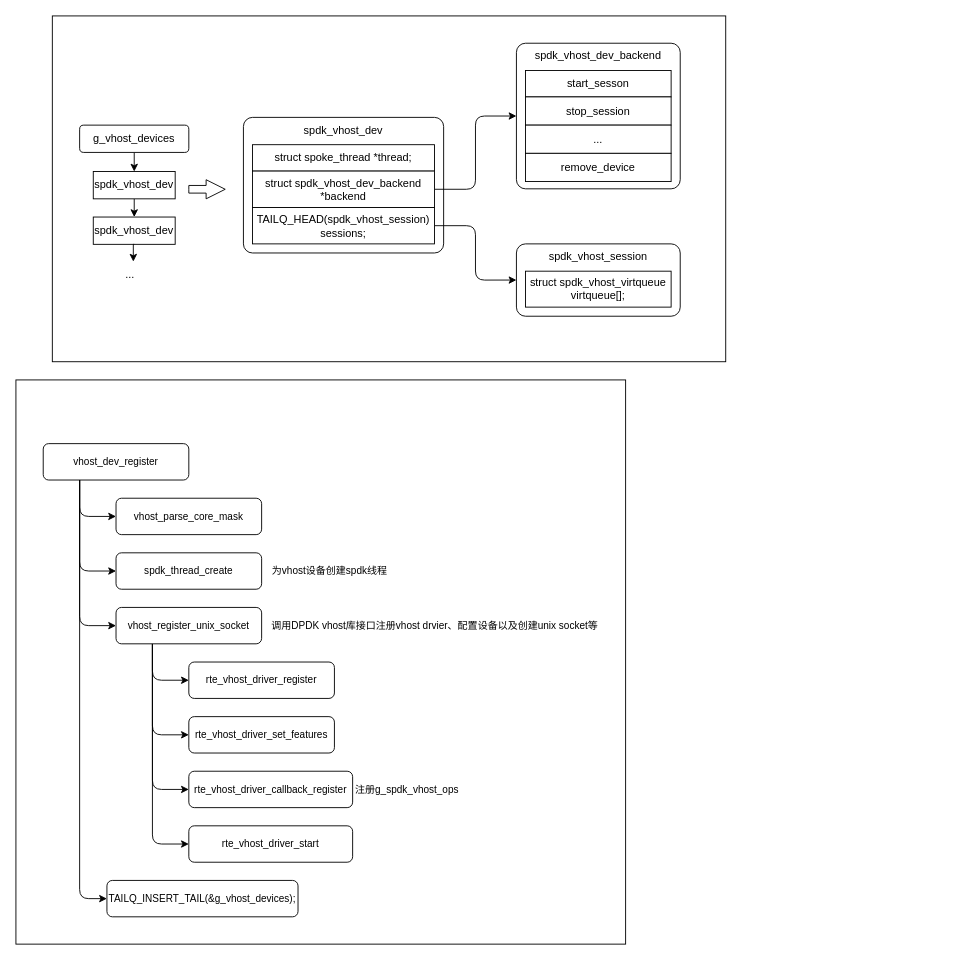
Above: page "vhost" (1 of 2) of spdk.drawio in Aspiresky/draw.io (draw.io), before the change. Source tidied: cells renumbered, new cells numbered last; positions are measured from the earlier drawing's top-left corner, leaving out a move shared by most shapes. Both pictures are drawn from the tidied source at 91%, with x=0, y=0 at pixel (15, 15).
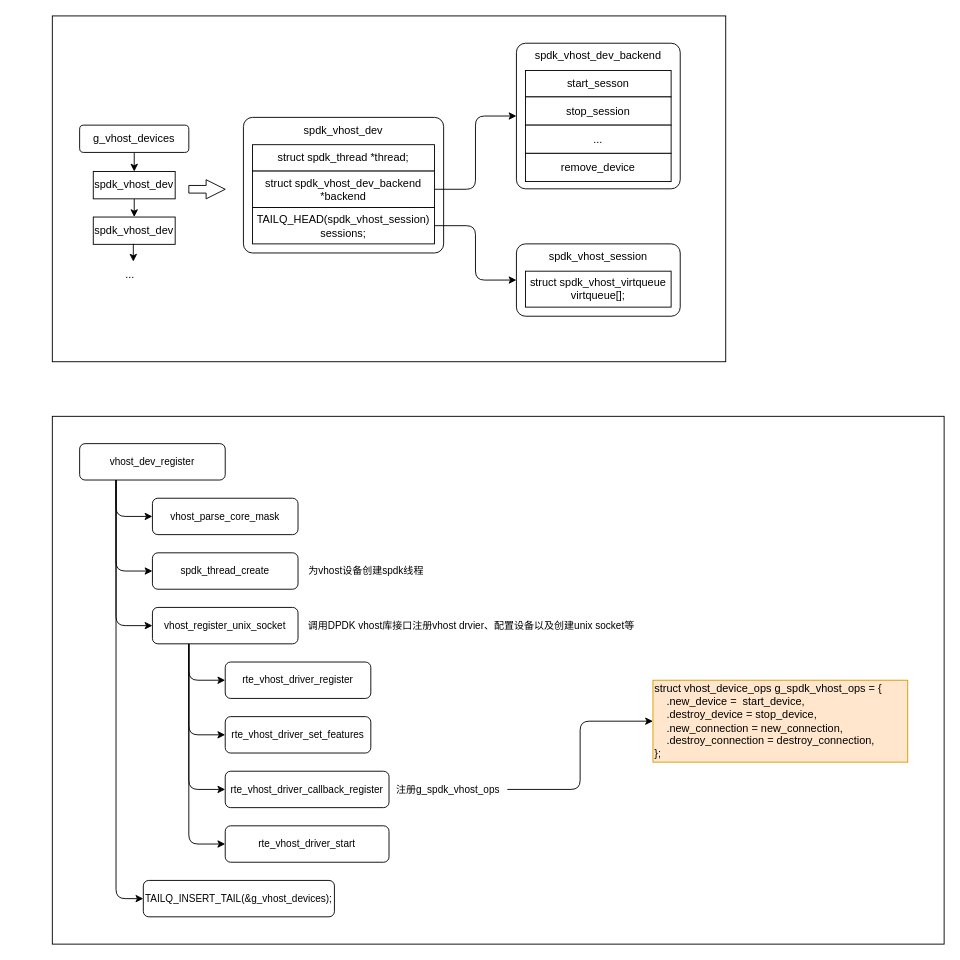
The same page after the edit.

Diff of the diagram source:
```diff
@@
-    <mxCell id="11" value="struct spoke_thread *thread;" style="rounded=0;whiteSpace=wrap;html=1;" parent="1" vertex="1">
+    <mxCell id="11" value="struct spdk_thread *thread;" style="rounded=0;whiteSpace=wrap;html=1;" parent="1" vertex="1">
       <mxGeometry x="260" y="141.5" width="200" height="29" as="geometry" />
     </mxCell>
@@
     <mxCell id="24" style="rounded=0;whiteSpace=wrap;html=1;fontFamily=Helvetica;fontSize=11;fontColor=default;labelBackgroundColor=default;" parent="1" vertex="1">
-      <mxGeometry y="400" width="670" height="620" as="geometry" />
+      <mxGeometry x="40" y="440" width="980" height="580" as="geometry" />
     </mxCell>
@@
     <mxCell id="29" value="vhost_dev_register" style="rounded=1;whiteSpace=wrap;html=1;fontFamily=Helvetica;fontSize=11;fontColor=default;labelBackgroundColor=default;" parent="1" vertex="1">
-      <mxGeometry x="30" y="470" width="160" height="40" as="geometry" />
+      <mxGeometry x="70" y="470" width="160" height="40" as="geometry" />
     </mxCell>
     <mxCell id="30" value="vhost_parse_core_mask" style="rounded=1;whiteSpace=wrap;html=1;fontFamily=Helvetica;fontSize=11;fontColor=default;labelBackgroundColor=default;" parent="1" vertex="1">
-      <mxGeometry x="110" y="530" width="160" height="40" as="geometry" />
+      <mxGeometry x="150" y="530" width="160" height="40" as="geometry" />
     </mxCell>
     <mxCell id="31" value="spdk_thread_create" style="rounded=1;whiteSpace=wrap;html=1;fontFamily=Helvetica;fontSize=11;fontColor=default;labelBackgroundColor=default;" parent="1" vertex="1">
-      <mxGeometry x="110" y="590" width="160" height="40" as="geometry" />
+      <mxGeometry x="150" y="590" width="160" height="40" as="geometry" />
     </mxCell>
     <mxCell id="32" value="为vhost设备创建spdk线程" style="text;html=1;align=center;verticalAlign=middle;whiteSpace=wrap;rounded=0;fontFamily=Helvetica;fontSize=11;fontColor=default;labelBackgroundColor=default;" parent="1" vertex="1">
-      <mxGeometry x="280" y="595" width="130" height="30" as="geometry" />
+      <mxGeometry x="320" y="595" width="130" height="30" as="geometry" />
     </mxCell>
@@
     <mxCell id="37" value="vhost_register_unix_socket" style="rounded=1;whiteSpace=wrap;html=1;fontFamily=Helvetica;fontSize=11;fontColor=default;labelBackgroundColor=default;" parent="1" vertex="1">
-      <mxGeometry x="110" y="650" width="160" height="40" as="geometry" />
+      <mxGeometry x="150" y="650" width="160" height="40" as="geometry" />
     </mxCell>
     <mxCell id="38" value="rte_vhost_driver_register" style="rounded=1;whiteSpace=wrap;html=1;fontFamily=Helvetica;fontSize=11;fontColor=default;labelBackgroundColor=default;" parent="1" vertex="1">
-      <mxGeometry x="190" y="710" width="160" height="40" as="geometry" />
+      <mxGeometry x="230" y="710" width="160" height="40" as="geometry" />
     </mxCell>
     <mxCell id="39" value="rte_vhost_driver_set_features" style="rounded=1;whiteSpace=wrap;html=1;fontFamily=Helvetica;fontSize=11;fontColor=default;labelBackgroundColor=default;" parent="1" vertex="1">
-      <mxGeometry x="190" y="770" width="160" height="40" as="geometry" />
+      <mxGeometry x="230" y="770" width="160" height="40" as="geometry" />
     </mxCell>
     <mxCell id="40" value="rte_vhost_driver_callback_register" style="rounded=1;whiteSpace=wrap;html=1;fontFamily=Helvetica;fontSize=11;fontColor=default;labelBackgroundColor=default;" parent="1" vertex="1">
-      <mxGeometry x="190" y="830" width="180" height="40" as="geometry" />
+      <mxGeometry x="230" y="830" width="180" height="40" as="geometry" />
     </mxCell>
     <mxCell id="41" value="rte_vhost_driver_start" style="rounded=1;whiteSpace=wrap;html=1;fontFamily=Helvetica;fontSize=11;fontColor=default;labelBackgroundColor=default;" parent="1" vertex="1">
-      <mxGeometry x="190" y="890" width="180" height="40" as="geometry" />
+      <mxGeometry x="230" y="890" width="180" height="40" as="geometry" />
     </mxCell>
     <mxCell id="42" value="TAILQ_INSERT_TAIL(&amp;amp;g_vhost_devices);" style="rounded=1;whiteSpace=wrap;html=1;fontFamily=Helvetica;fontSize=11;fontColor=default;labelBackgroundColor=default;" parent="1" vertex="1">
-      <mxGeometry x="100" y="950" width="210" height="40" as="geometry" />
+      <mxGeometry x="140" y="950" width="210" height="40" as="geometry" />
     </mxCell>
+    <mxCell id="45" style="edgeStyle=orthogonalEdgeStyle;rounded=1;jettySize=auto;html=1;entryX=0;entryY=0.5;entryDx=0;entryDy=0;curved=0;" parent="1" edge="1" source="43" target="46">
+      <mxGeometry relative="1" as="geometry" />
+    </mxCell>
     <mxCell id="43" value="注册g_spdk_vhost_ops" style="text;html=1;align=center;verticalAlign=middle;whiteSpace=wrap;rounded=0;fontFamily=Helvetica;fontSize=11;fontColor=default;labelBackgroundColor=default;" parent="1" vertex="1">
-      <mxGeometry x="370" y="835" width="120" height="30" as="geometry" />
+      <mxGeometry x="410" y="835" width="130" height="30" as="geometry" />
     </mxCell>
     <mxCell id="44" value="调用DPDK vhost库接口注册vhost drvier、配置设备以及创建unix socket等" style="text;html=1;align=center;verticalAlign=middle;strokeColor=none;fillColor=none;fontFamily=Helvetica;fontSize=11;fontColor=default;labelBackgroundColor=default;" parent="1" vertex="1">
-      <mxGeometry x="270" y="655" width="380" height="30" as="geometry" />
+      <mxGeometry x="310" y="655" width="380" height="30" as="geometry" />
     </mxCell>
+    <mxCell id="46" value="&lt;div&gt;struct vhost_device_ops g_spdk_vhost_ops = {&lt;/div&gt;&lt;div&gt;&lt;span style=&quot;white-space: pre;&quot;&gt;&amp;nbsp;&amp;nbsp;&amp;nbsp;&amp;nbsp;&lt;/span&gt;.new_device = &amp;nbsp;start_device,&lt;/div&gt;&lt;div&gt;&lt;span style=&quot;white-space: pre;&quot;&gt;&amp;nbsp;&amp;nbsp;&amp;nbsp;&amp;nbsp;&lt;/span&gt;.destroy_device = stop_device,&lt;/div&gt;&lt;div&gt;&lt;span style=&quot;white-space: pre;&quot;&gt;&amp;nbsp;&amp;nbsp;&amp;nbsp;&amp;nbsp;&lt;/span&gt;.new_connection = new_connection,&lt;/div&gt;&lt;div&gt;&lt;span style=&quot;white-space: pre;&quot;&gt;&amp;nbsp;&amp;nbsp;&amp;nbsp;&amp;nbsp;&lt;/span&gt;.destroy_connection = destroy_connection,&lt;/div&gt;&lt;div&gt;};&lt;/div&gt;" style="text;html=1;align=left;verticalAlign=middle;whiteSpace=wrap;rounded=0;fillColor=#ffe6cc;strokeColor=#d79b00;" parent="1" vertex="1">
+      <mxGeometry x="700" y="730" width="280" height="90" as="geometry" />
+    </mxCell>
```
